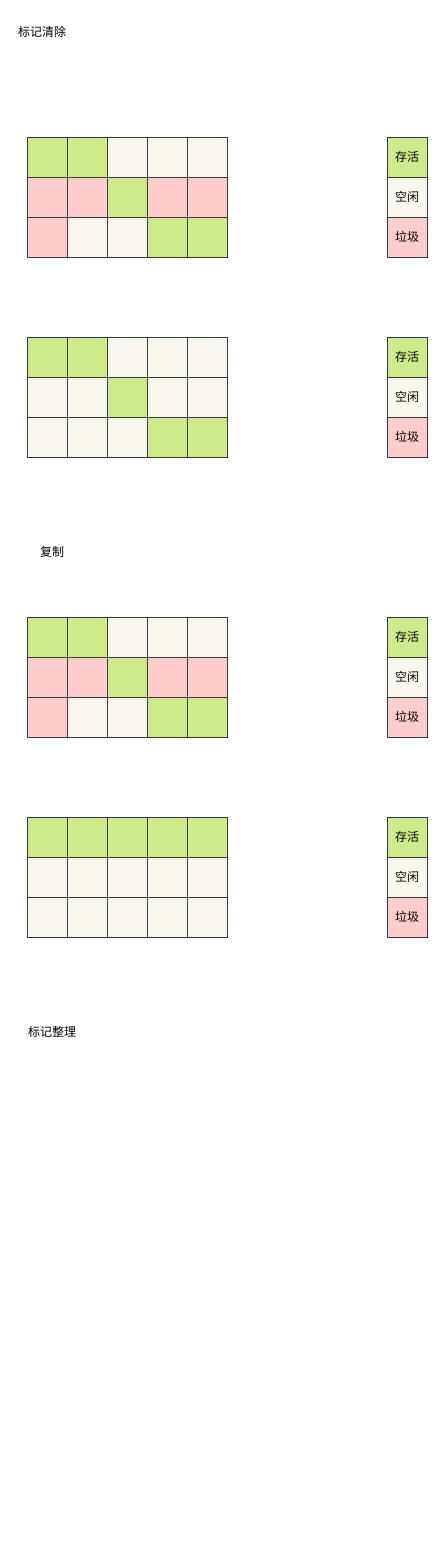
Earlier version of the draw.io diagram page "清除算法" (2 of 2) of JVM上篇内存和垃圾回收/垃圾回收机制.drawio (niuxiaocong/nyc-jvm). Source tidied: cells renumbered, new cells numbered last; positions are measured from the earlier drawing's top-left corner, leaving out a move shared by most shapes. Both pictures are drawn from the tidied source at 100%, with x=0, y=0 at pixel (17, 17).
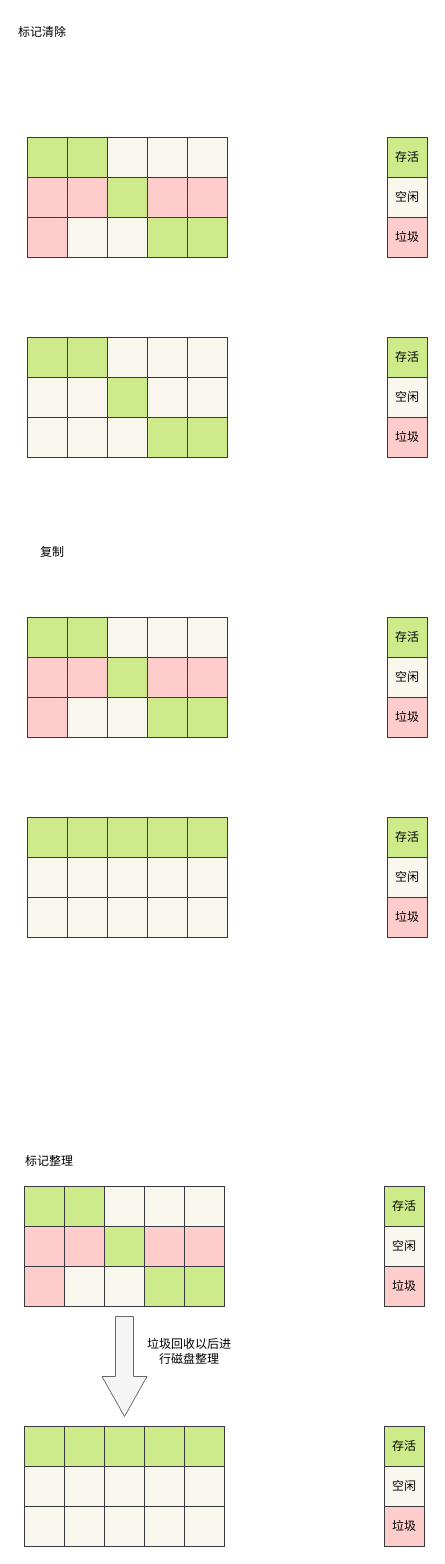
The same diagram, later.

Commit message:
更新垃圾回收机制.drawio

The edit, as a diff of the source:
```diff
@@
     <mxCell id="76" value="标记整理" style="text;html=1;align=center;verticalAlign=middle;whiteSpace=wrap;rounded=0;" parent="1" vertex="1">
-      <mxGeometry x="10" y="1000" width="50" height="30" as="geometry" />
+      <mxGeometry x="7" y="1129" width="50" height="30" as="geometry" />
     </mxCell>
+    <mxCell id="77" style="rounded=0;whiteSpace=wrap;html=1;fillColor=#cdeb8b;strokeColor=#36393d;" parent="1" vertex="1">
+      <mxGeometry x="7" y="1169" width="40" height="40" as="geometry" />
+    </mxCell>
+    <mxCell id="78" style="rounded=0;whiteSpace=wrap;html=1;fillColor=#cdeb8b;strokeColor=#36393d;" parent="1" vertex="1">
+      <mxGeometry x="47" y="1169" width="40" height="40" as="geometry" />
+    </mxCell>
+    <mxCell id="79" style="rounded=0;whiteSpace=wrap;html=1;fillColor=#f9f7ed;strokeColor=#36393d;" parent="1" vertex="1">
+      <mxGeometry x="87" y="1169" width="40" height="40" as="geometry" />
+    </mxCell>
+    <mxCell id="80" style="rounded=0;whiteSpace=wrap;html=1;fillColor=#f9f7ed;strokeColor=#36393d;" parent="1" vertex="1">
+      <mxGeometry x="127" y="1169" width="40" height="40" as="geometry" />
+    </mxCell>
+    <mxCell id="81" style="rounded=0;whiteSpace=wrap;html=1;fillColor=#f9f7ed;strokeColor=#36393d;" parent="1" vertex="1">
+      <mxGeometry x="167" y="1169" width="40" height="40" as="geometry" />
+    </mxCell>
+    <mxCell id="82" style="rounded=0;whiteSpace=wrap;html=1;fillColor=#ffcccc;strokeColor=#36393d;" parent="1" vertex="1">
+      <mxGeometry x="7" y="1209" width="40" height="40" as="geometry" />
+    </mxCell>
+    <mxCell id="83" style="rounded=0;whiteSpace=wrap;html=1;fillColor=#ffcccc;strokeColor=#36393d;" parent="1" vertex="1">
+      <mxGeometry x="47" y="1209" width="40" height="40" as="geometry" />
+    </mxCell>
+    <mxCell id="84" style="rounded=0;whiteSpace=wrap;html=1;fillColor=#cdeb8b;strokeColor=#36393d;" parent="1" vertex="1">
+      <mxGeometry x="87" y="1209" width="40" height="40" as="geometry" />
+    </mxCell>
+    <mxCell id="85" style="rounded=0;whiteSpace=wrap;html=1;fillColor=#ffcccc;strokeColor=#36393d;" parent="1" vertex="1">
+      <mxGeometry x="127" y="1209" width="40" height="40" as="geometry" />
+    </mxCell>
+    <mxCell id="86" style="rounded=0;whiteSpace=wrap;html=1;fillColor=#ffcccc;strokeColor=#36393d;" parent="1" vertex="1">
+      <mxGeometry x="167" y="1209" width="40" height="40" as="geometry" />
+    </mxCell>
+    <mxCell id="87" style="rounded=0;whiteSpace=wrap;html=1;fillColor=#ffcccc;strokeColor=#36393d;" parent="1" vertex="1">
+      <mxGeometry x="7" y="1249" width="40" height="40" as="geometry" />
+    </mxCell>
+    <mxCell id="88" style="rounded=0;whiteSpace=wrap;html=1;fillColor=#f9f7ed;strokeColor=#36393d;" parent="1" vertex="1">
+      <mxGeometry x="47" y="1249" width="40" height="40" as="geometry" />
+    </mxCell>
+    <mxCell id="89" style="rounded=0;whiteSpace=wrap;html=1;fillColor=#f9f7ed;strokeColor=#36393d;" parent="1" vertex="1">
+      <mxGeometry x="87" y="1249" width="40" height="40" as="geometry" />
+    </mxCell>
+    <mxCell id="90" style="rounded=0;whiteSpace=wrap;html=1;fillColor=#cdeb8b;strokeColor=#36393d;" parent="1" vertex="1">
+      <mxGeometry x="127" y="1249" width="40" height="40" as="geometry" />
+    </mxCell>
+    <mxCell id="91" style="rounded=0;whiteSpace=wrap;html=1;fillColor=#cdeb8b;strokeColor=#36393d;" parent="1" vertex="1">
+      <mxGeometry x="167" y="1249" width="40" height="40" as="geometry" />
+    </mxCell>
+    <mxCell id="92" value="存活" style="rounded=0;whiteSpace=wrap;html=1;fillColor=#cdeb8b;strokeColor=#36393d;" parent="1" vertex="1">
+      <mxGeometry x="367" y="1169" width="40" height="40" as="geometry" />
+    </mxCell>
+    <mxCell id="93" value="空闲" style="rounded=0;whiteSpace=wrap;html=1;fillColor=#f9f7ed;strokeColor=#36393d;" parent="1" vertex="1">
+      <mxGeometry x="367" y="1209" width="40" height="40" as="geometry" />
+    </mxCell>
+    <mxCell id="94" value="垃圾" style="rounded=0;whiteSpace=wrap;html=1;fillColor=#ffcccc;strokeColor=#36393d;" parent="1" vertex="1">
+      <mxGeometry x="367" y="1249" width="40" height="40" as="geometry" />
+    </mxCell>
+    <mxCell id="95" style="rounded=0;whiteSpace=wrap;html=1;fillColor=#cdeb8b;strokeColor=#36393d;" parent="1" vertex="1">
+      <mxGeometry x="7" y="1409" width="40" height="40" as="geometry" />
+    </mxCell>
+    <mxCell id="96" style="rounded=0;whiteSpace=wrap;html=1;fillColor=#cdeb8b;strokeColor=#36393d;" parent="1" vertex="1">
+      <mxGeometry x="47" y="1409" width="40" height="40" as="geometry" />
+    </mxCell>
+    <mxCell id="97" style="rounded=0;whiteSpace=wrap;html=1;fillColor=#cdeb8b;strokeColor=#36393d;" parent="1" vertex="1">
+      <mxGeometry x="87" y="1409" width="40" height="40" as="geometry" />
+    </mxCell>
+    <mxCell id="98" style="rounded=0;whiteSpace=wrap;html=1;fillColor=#cdeb8b;strokeColor=#36393d;" parent="1" vertex="1">
+      <mxGeometry x="127" y="1409" width="40" height="40" as="geometry" />
+    </mxCell>
+    <mxCell id="99" style="rounded=0;whiteSpace=wrap;html=1;fillColor=#cdeb8b;strokeColor=#36393d;" parent="1" vertex="1">
+      <mxGeometry x="167" y="1409" width="40" height="40" as="geometry" />
+    </mxCell>
+    <mxCell id="100" style="rounded=0;whiteSpace=wrap;html=1;fillColor=#f9f7ed;strokeColor=#36393d;" parent="1" vertex="1">
+      <mxGeometry x="7" y="1449" width="40" height="40" as="geometry" />
+    </mxCell>
+    <mxCell id="101" style="rounded=0;whiteSpace=wrap;html=1;fillColor=#f9f7ed;strokeColor=#36393d;" parent="1" vertex="1">
+      <mxGeometry x="47" y="1449" width="40" height="40" as="geometry" />
+    </mxCell>
+    <mxCell id="102" style="rounded=0;whiteSpace=wrap;html=1;fillColor=#f9f7ed;strokeColor=#36393d;" parent="1" vertex="1">
+      <mxGeometry x="87" y="1449" width="40" height="40" as="geometry" />
+    </mxCell>
+    <mxCell id="103" style="rounded=0;whiteSpace=wrap;html=1;fillColor=#f9f7ed;strokeColor=#36393d;" parent="1" vertex="1">
+      <mxGeometry x="127" y="1449" width="40" height="40" as="geometry" />
+    </mxCell>
+    <mxCell id="104" style="rounded=0;whiteSpace=wrap;html=1;fillColor=#f9f7ed;strokeColor=#36393d;" parent="1" vertex="1">
+      <mxGeometry x="167" y="1449" width="40" height="40" as="geometry" />
+    </mxCell>
+    <mxCell id="105" style="rounded=0;whiteSpace=wrap;html=1;fillColor=#f9f7ed;strokeColor=#36393d;" parent="1" vertex="1">
+      <mxGeometry x="7" y="1489" width="40" height="40" as="geometry" />
+    </mxCell>
+    <mxCell id="106" style="rounded=0;whiteSpace=wrap;html=1;fillColor=#f9f7ed;strokeColor=#36393d;" parent="1" vertex="1">
+      <mxGeometry x="47" y="1489" width="40" height="40" as="geometry" />
+    </mxCell>
+    <mxCell id="107" style="rounded=0;whiteSpace=wrap;html=1;fillColor=#f9f7ed;strokeColor=#36393d;" parent="1" vertex="1">
+      <mxGeometry x="87" y="1489" width="40" height="40" as="geometry" />
+    </mxCell>
+    <mxCell id="108" style="rounded=0;whiteSpace=wrap;html=1;fillColor=#f9f7ed;strokeColor=#36393d;" parent="1" vertex="1">
+      <mxGeometry x="127" y="1489" width="40" height="40" as="geometry" />
+    </mxCell>
+    <mxCell id="109" style="rounded=0;whiteSpace=wrap;html=1;fillColor=#f9f7ed;strokeColor=#36393d;" parent="1" vertex="1">
+      <mxGeometry x="167" y="1489" width="40" height="40" as="geometry" />
+    </mxCell>
+    <mxCell id="110" value="存活" style="rounded=0;whiteSpace=wrap;html=1;fillColor=#cdeb8b;strokeColor=#36393d;" parent="1" vertex="1">
+      <mxGeometry x="367" y="1409" width="40" height="40" as="geometry" />
+    </mxCell>
+    <mxCell id="111" value="空闲" style="rounded=0;whiteSpace=wrap;html=1;fillColor=#f9f7ed;strokeColor=#36393d;" parent="1" vertex="1">
+      <mxGeometry x="367" y="1449" width="40" height="40" as="geometry" />
+    </mxCell>
+    <mxCell id="112" value="垃圾" style="rounded=0;whiteSpace=wrap;html=1;fillColor=#ffcccc;strokeColor=#36393d;" parent="1" vertex="1">
+      <mxGeometry x="367" y="1489" width="40" height="40" as="geometry" />
+    </mxCell>
+    <mxCell id="113" style="html=1;shadow=0;dashed=0;align=center;verticalAlign=middle;shape=mxgraph.arrows2.arrow;dy=0.6;dx=40;direction=south;notch=0;fillColor=#f5f5f5;strokeColor=#666666;fontColor=#333333;" parent="1" vertex="1">
+      <mxGeometry x="84.5" y="1299" width="45" height="100" as="geometry" />
+    </mxCell>
+    <mxCell id="114" value="垃圾回收以后进行磁盘整理" style="text;html=1;align=center;verticalAlign=middle;whiteSpace=wrap;rounded=0;" parent="1" vertex="1">
+      <mxGeometry x="127" y="1319" width="90" height="30" as="geometry" />
+    </mxCell>
```
